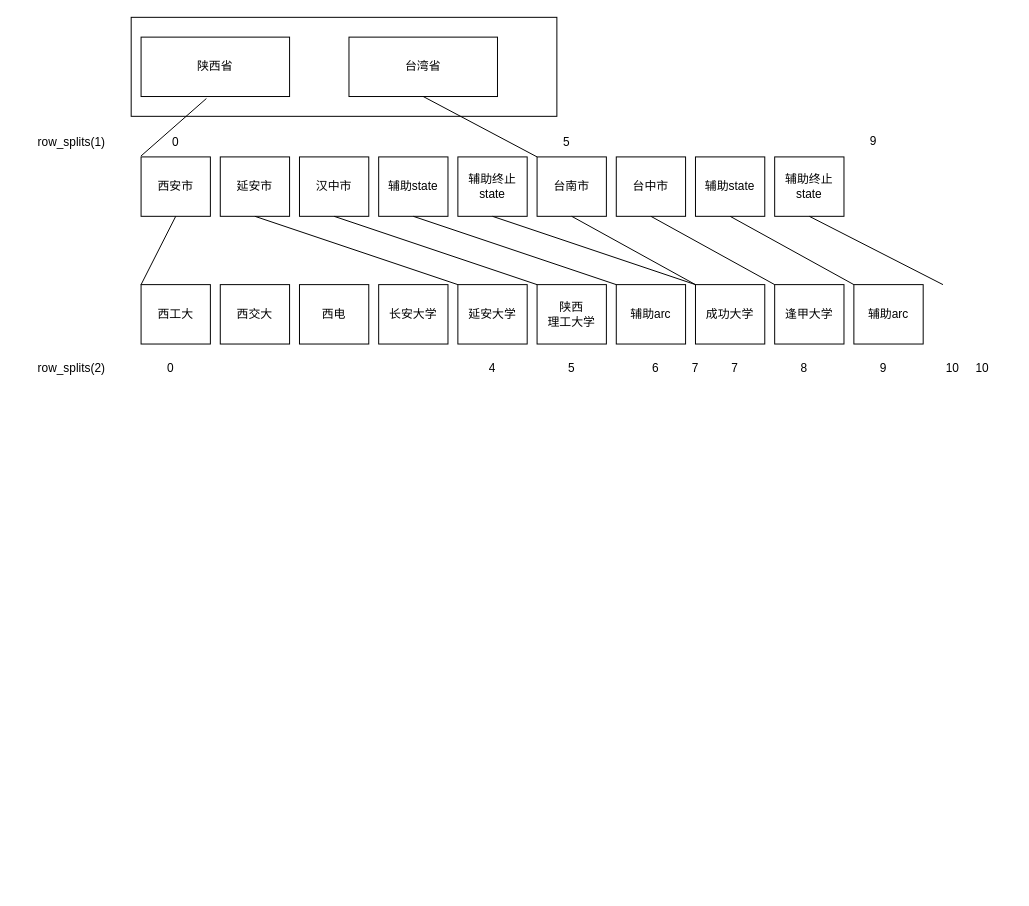
Earlier version of the draw.io diagram ragged.drawio (glynpu/Neural-Network-Architecture-Diagrams). Source tidied: cells renumbered, new cells numbered last; positions are measured from the earlier drawing's top-left corner, leaving out a move shared by most shapes. Both pictures are drawn from the tidied source at 99%, with x=0, y=0 at pixel (42, 17).
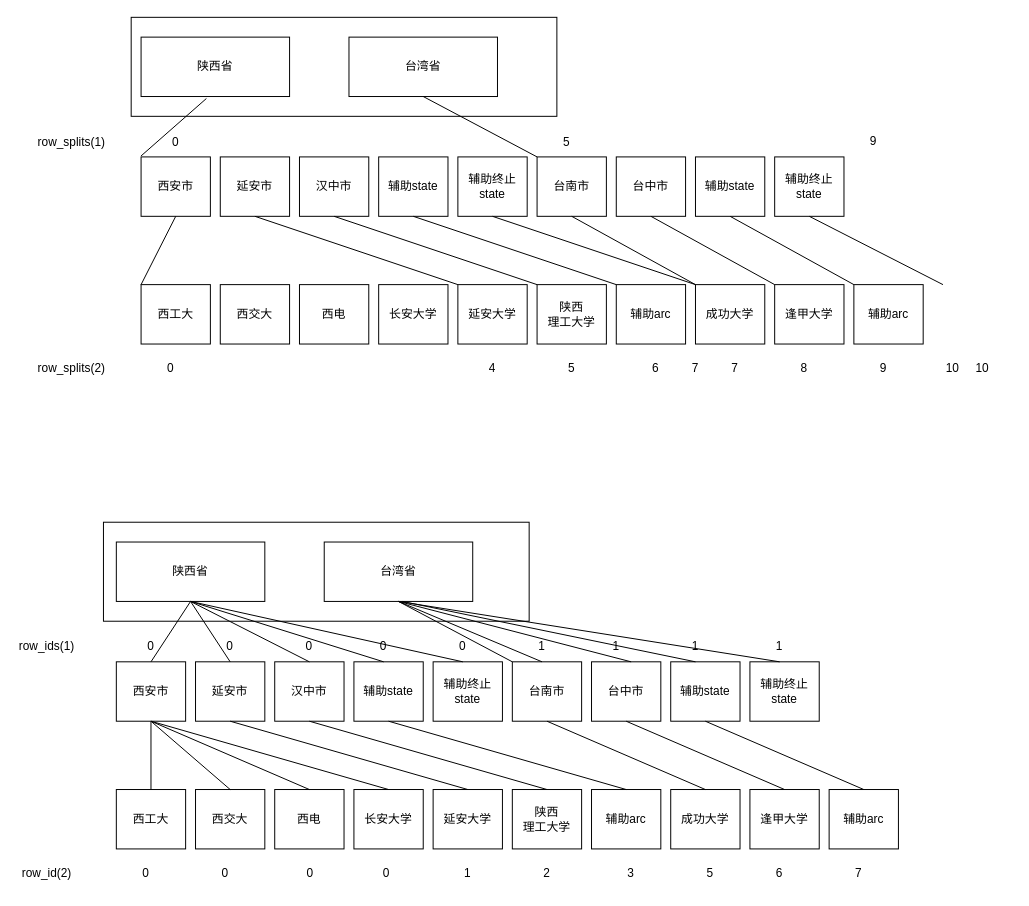
The same diagram, later.

What changed in the source:
```diff
@@
+    <mxCell id="50" style="rounded=0;whiteSpace=wrap;html=1;" parent="1" vertex="1">
+      <mxGeometry x="62" y="510" width="430" height="100" as="geometry" />
+    </mxCell>
@@
+    <mxCell id="51" value="陕西省" style="rounded=0;whiteSpace=wrap;html=1;" parent="1" vertex="1">
+      <mxGeometry x="75" y="530" width="150" height="60" as="geometry" />
+    </mxCell>
+    <mxCell id="52" value="台湾省" style="rounded=0;whiteSpace=wrap;html=1;" parent="1" vertex="1">
+      <mxGeometry x="285" y="530" width="150" height="60" as="geometry" />
+    </mxCell>
+    <mxCell id="53" value="西安市" style="rounded=0;whiteSpace=wrap;html=1;" parent="1" vertex="1">
+      <mxGeometry x="75" y="651" width="70" height="60" as="geometry" />
+    </mxCell>
+    <mxCell id="54" value="延安市" style="rounded=0;whiteSpace=wrap;html=1;" parent="1" vertex="1">
+      <mxGeometry x="155" y="651" width="70" height="60" as="geometry" />
+    </mxCell>
+    <mxCell id="55" value="汉中市" style="rounded=0;whiteSpace=wrap;html=1;" parent="1" vertex="1">
+      <mxGeometry x="235" y="651" width="70" height="60" as="geometry" />
+    </mxCell>
+    <mxCell id="56" value="辅助state" style="rounded=0;whiteSpace=wrap;html=1;" parent="1" vertex="1">
+      <mxGeometry x="315" y="651" width="70" height="60" as="geometry" />
+    </mxCell>
+    <mxCell id="57" value="辅助终止state" style="rounded=0;whiteSpace=wrap;html=1;" parent="1" vertex="1">
+      <mxGeometry x="395" y="651" width="70" height="60" as="geometry" />
+    </mxCell>
+    <mxCell id="58" value="台南市" style="rounded=0;whiteSpace=wrap;html=1;" parent="1" vertex="1">
+      <mxGeometry x="475" y="651" width="70" height="60" as="geometry" />
+    </mxCell>
+    <mxCell id="59" value="台中市" style="rounded=0;whiteSpace=wrap;html=1;" parent="1" vertex="1">
+      <mxGeometry x="555" y="651" width="70" height="60" as="geometry" />
+    </mxCell>
+    <mxCell id="60" value="辅助state" style="rounded=0;whiteSpace=wrap;html=1;" parent="1" vertex="1">
+      <mxGeometry x="635" y="651" width="70" height="60" as="geometry" />
+    </mxCell>
+    <mxCell id="61" value="辅助终止state" style="rounded=0;whiteSpace=wrap;html=1;" parent="1" vertex="1">
+      <mxGeometry x="715" y="651" width="70" height="60" as="geometry" />
+    </mxCell>
+    <mxCell id="62" value="西工大" style="rounded=0;whiteSpace=wrap;html=1;" parent="1" vertex="1">
+      <mxGeometry x="75" y="780" width="70" height="60" as="geometry" />
+    </mxCell>
+    <mxCell id="63" value="西交大" style="rounded=0;whiteSpace=wrap;html=1;" parent="1" vertex="1">
+      <mxGeometry x="155" y="780" width="70" height="60" as="geometry" />
+    </mxCell>
+    <mxCell id="64" value="西电" style="rounded=0;whiteSpace=wrap;html=1;" parent="1" vertex="1">
+      <mxGeometry x="235" y="780" width="70" height="60" as="geometry" />
+    </mxCell>
+    <mxCell id="65" value="长安大学" style="rounded=0;whiteSpace=wrap;html=1;" parent="1" vertex="1">
+      <mxGeometry x="315" y="780" width="70" height="60" as="geometry" />
+    </mxCell>
+    <mxCell id="66" value="延安大学" style="rounded=0;whiteSpace=wrap;html=1;" parent="1" vertex="1">
+      <mxGeometry x="395" y="780" width="70" height="60" as="geometry" />
+    </mxCell>
+    <mxCell id="67" value="陕西&lt;br&gt;理工大学" style="rounded=0;whiteSpace=wrap;html=1;" parent="1" vertex="1">
+      <mxGeometry x="475" y="780" width="70" height="60" as="geometry" />
+    </mxCell>
+    <mxCell id="68" value="辅助arc" style="rounded=0;whiteSpace=wrap;html=1;" parent="1" vertex="1">
+      <mxGeometry x="555" y="780" width="70" height="60" as="geometry" />
+    </mxCell>
+    <mxCell id="69" value="成功大学" style="rounded=0;whiteSpace=wrap;html=1;" parent="1" vertex="1">
+      <mxGeometry x="635" y="780" width="70" height="60" as="geometry" />
+    </mxCell>
+    <mxCell id="70" value="逢甲大学" style="rounded=0;whiteSpace=wrap;html=1;" parent="1" vertex="1">
+      <mxGeometry x="715" y="780" width="70" height="60" as="geometry" />
+    </mxCell>
+    <mxCell id="71" value="辅助arc" style="rounded=0;whiteSpace=wrap;html=1;" parent="1" vertex="1">
+      <mxGeometry x="795" y="780" width="70" height="60" as="geometry" />
+    </mxCell>
+    <mxCell id="72" style="endArrow=none;html=1;rounded=0;exitX=0.5;exitY=1;exitDx=0;exitDy=0;entryX=0.5;entryY=1;entryDx=0;entryDy=0;" parent="1" edge="1" source="76" target="51">
+      <mxGeometry relative="1" as="geometry" />
+    </mxCell>
+    <mxCell id="73" style="endArrow=none;html=1;rounded=0;entryX=0.5;entryY=1;entryDx=0;entryDy=0;exitX=0;exitY=0;exitDx=0;exitDy=0;" parent="1" edge="1" source="58" target="52">
+      <mxGeometry relative="1" as="geometry" />
+    </mxCell>
+    <mxCell id="74" value="row_ids(1)" style="text;html=1;strokeColor=none;fillColor=none;align=center;verticalAlign=middle;whiteSpace=wrap;rounded=0;" parent="1" vertex="1">
+      <mxGeometry x="-25" y="621" width="60" height="30" as="geometry" />
+    </mxCell>
+    <mxCell id="75" value="row_id(2)" style="text;html=1;strokeColor=none;fillColor=none;align=center;verticalAlign=middle;whiteSpace=wrap;rounded=0;" parent="1" vertex="1">
+      <mxGeometry x="-25" y="850" width="60" height="30" as="geometry" />
+    </mxCell>
+    <mxCell id="76" value="0" style="text;html=1;strokeColor=none;fillColor=none;align=center;verticalAlign=middle;whiteSpace=wrap;rounded=0;" parent="1" vertex="1">
+      <mxGeometry x="80" y="621" width="60" height="30" as="geometry" />
+    </mxCell>
+    <mxCell id="77" value="1" style="text;html=1;strokeColor=none;fillColor=none;align=center;verticalAlign=middle;whiteSpace=wrap;rounded=0;" parent="1" vertex="1">
+      <mxGeometry x="475" y="621" width="60" height="30" as="geometry" />
+    </mxCell>
+    <mxCell id="78" value="1" style="text;html=1;strokeColor=none;fillColor=none;align=center;verticalAlign=middle;whiteSpace=wrap;rounded=0;" parent="1" vertex="1">
+      <mxGeometry x="715" y="621" width="60" height="30" as="geometry" />
+    </mxCell>
+    <mxCell id="79" value="0" style="text;html=1;strokeColor=none;fillColor=none;align=center;verticalAlign=middle;whiteSpace=wrap;rounded=0;" parent="1" vertex="1">
+      <mxGeometry x="75" y="850" width="60" height="30" as="geometry" />
+    </mxCell>
+    <mxCell id="80" value="1" style="text;html=1;strokeColor=none;fillColor=none;align=center;verticalAlign=middle;whiteSpace=wrap;rounded=0;" parent="1" vertex="1">
+      <mxGeometry x="400" y="850" width="60" height="30" as="geometry" />
+    </mxCell>
+    <mxCell id="81" value="2" style="text;html=1;strokeColor=none;fillColor=none;align=center;verticalAlign=middle;whiteSpace=wrap;rounded=0;" parent="1" vertex="1">
+      <mxGeometry x="480" y="850" width="60" height="30" as="geometry" />
+    </mxCell>
+    <mxCell id="82" value="3" style="text;html=1;strokeColor=none;fillColor=none;align=center;verticalAlign=middle;whiteSpace=wrap;rounded=0;" parent="1" vertex="1">
+      <mxGeometry x="565" y="850" width="60" height="30" as="geometry" />
+    </mxCell>
+    <mxCell id="83" value="5" style="text;html=1;strokeColor=none;fillColor=none;align=center;verticalAlign=middle;whiteSpace=wrap;rounded=0;" parent="1" vertex="1">
+      <mxGeometry x="645" y="850" width="60" height="30" as="geometry" />
+    </mxCell>
+    <mxCell id="84" value="6" style="text;html=1;strokeColor=none;fillColor=none;align=center;verticalAlign=middle;whiteSpace=wrap;rounded=0;" parent="1" vertex="1">
+      <mxGeometry x="715" y="850" width="60" height="30" as="geometry" />
+    </mxCell>
+    <mxCell id="85" value="7" style="text;html=1;strokeColor=none;fillColor=none;align=center;verticalAlign=middle;whiteSpace=wrap;rounded=0;" parent="1" vertex="1">
+      <mxGeometry x="795" y="850" width="60" height="30" as="geometry" />
+    </mxCell>
+    <mxCell id="86" style="endArrow=none;html=1;rounded=0;exitX=0.5;exitY=0;exitDx=0;exitDy=0;entryX=0.5;entryY=1;entryDx=0;entryDy=0;" parent="1" edge="1" source="62" target="53">
+      <mxGeometry relative="1" as="geometry" />
+    </mxCell>
+    <mxCell id="87" style="endArrow=none;html=1;rounded=0;exitX=0.5;exitY=1;exitDx=0;exitDy=0;entryX=0.5;entryY=0;entryDx=0;entryDy=0;" parent="1" edge="1" source="54" target="66">
+      <mxGeometry relative="1" as="geometry" />
+    </mxCell>
+    <mxCell id="88" style="endArrow=none;html=1;rounded=0;exitX=0.5;exitY=1;exitDx=0;exitDy=0;entryX=0.5;entryY=0;entryDx=0;entryDy=0;" parent="1" edge="1" source="55" target="67">
+      <mxGeometry relative="1" as="geometry" />
+    </mxCell>
+    <mxCell id="89" style="endArrow=none;html=1;rounded=0;exitX=0.5;exitY=1;exitDx=0;exitDy=0;entryX=0.5;entryY=0;entryDx=0;entryDy=0;" parent="1" edge="1" source="56" target="68">
+      <mxGeometry relative="1" as="geometry" />
+    </mxCell>
+    <mxCell id="90" style="endArrow=none;html=1;rounded=0;entryX=0.5;entryY=1;entryDx=0;entryDy=0;exitX=0.5;exitY=0;exitDx=0;exitDy=0;" parent="1" edge="1" source="69" target="58">
+      <mxGeometry relative="1" as="geometry" />
+    </mxCell>
+    <mxCell id="91" style="endArrow=none;html=1;rounded=0;entryX=0.5;entryY=1;entryDx=0;entryDy=0;exitX=0.5;exitY=0;exitDx=0;exitDy=0;" parent="1" edge="1" source="70" target="59">
+      <mxGeometry relative="1" as="geometry" />
+    </mxCell>
+    <mxCell id="92" style="endArrow=none;html=1;rounded=0;entryX=0.5;entryY=1;entryDx=0;entryDy=0;exitX=0.5;exitY=0;exitDx=0;exitDy=0;" parent="1" edge="1" source="71" target="60">
+      <mxGeometry relative="1" as="geometry" />
+    </mxCell>
+    <mxCell id="93" value="0" style="text;html=1;strokeColor=none;fillColor=none;align=center;verticalAlign=middle;whiteSpace=wrap;rounded=0;" parent="1" vertex="1">
+      <mxGeometry x="160" y="621" width="60" height="30" as="geometry" />
+    </mxCell>
+    <mxCell id="94" value="0" style="text;html=1;strokeColor=none;fillColor=none;align=center;verticalAlign=middle;whiteSpace=wrap;rounded=0;" parent="1" vertex="1">
+      <mxGeometry x="240" y="621" width="60" height="30" as="geometry" />
+    </mxCell>
+    <mxCell id="95" value="0" style="text;html=1;strokeColor=none;fillColor=none;align=center;verticalAlign=middle;whiteSpace=wrap;rounded=0;" parent="1" vertex="1">
+      <mxGeometry x="315" y="621" width="60" height="30" as="geometry" />
+    </mxCell>
+    <mxCell id="96" value="0" style="text;html=1;strokeColor=none;fillColor=none;align=center;verticalAlign=middle;whiteSpace=wrap;rounded=0;" parent="1" vertex="1">
+      <mxGeometry x="395" y="621" width="60" height="30" as="geometry" />
+    </mxCell>
+    <mxCell id="97" value="1" style="text;html=1;strokeColor=none;fillColor=none;align=center;verticalAlign=middle;whiteSpace=wrap;rounded=0;" parent="1" vertex="1">
+      <mxGeometry x="550" y="621" width="60" height="30" as="geometry" />
+    </mxCell>
+    <mxCell id="98" value="1" style="text;html=1;strokeColor=none;fillColor=none;align=center;verticalAlign=middle;whiteSpace=wrap;rounded=0;" parent="1" vertex="1">
+      <mxGeometry x="630" y="621" width="60" height="30" as="geometry" />
+    </mxCell>
+    <mxCell id="99" style="endArrow=none;html=1;rounded=0;exitX=0.5;exitY=1;exitDx=0;exitDy=0;entryX=0.5;entryY=1;entryDx=0;entryDy=0;" parent="1" edge="1" source="96" target="51">
+      <mxGeometry relative="1" as="geometry" />
+    </mxCell>
+    <mxCell id="100" style="endArrow=none;html=1;rounded=0;exitX=0.5;exitY=1;exitDx=0;exitDy=0;entryX=0.5;entryY=1;entryDx=0;entryDy=0;" parent="1" edge="1" source="93" target="51">
+      <mxGeometry relative="1" as="geometry" />
+    </mxCell>
+    <mxCell id="101" style="endArrow=none;html=1;rounded=0;exitX=0.5;exitY=1;exitDx=0;exitDy=0;entryX=0.5;entryY=1;entryDx=0;entryDy=0;" parent="1" edge="1" source="94" target="51">
+      <mxGeometry relative="1" as="geometry" />
+    </mxCell>
+    <mxCell id="102" style="endArrow=none;html=1;rounded=0;entryX=0.5;entryY=1;entryDx=0;entryDy=0;exitX=0.5;exitY=1;exitDx=0;exitDy=0;" parent="1" edge="1" source="51" target="95">
+      <mxGeometry relative="1" as="geometry" />
+    </mxCell>
+    <mxCell id="103" style="endArrow=none;html=1;rounded=0;entryX=0.5;entryY=1;entryDx=0;entryDy=0;exitX=0.5;exitY=1;exitDx=0;exitDy=0;" parent="1" edge="1" source="77" target="52">
+      <mxGeometry relative="1" as="geometry" />
+    </mxCell>
+    <mxCell id="104" style="endArrow=none;html=1;rounded=0;entryX=0.5;entryY=1;entryDx=0;entryDy=0;exitX=0.75;exitY=1;exitDx=0;exitDy=0;" parent="1" edge="1" source="97" target="52">
+      <mxGeometry relative="1" as="geometry" />
+    </mxCell>
+    <mxCell id="105" style="endArrow=none;html=1;rounded=0;exitX=0.5;exitY=1;exitDx=0;exitDy=0;" parent="1" edge="1" source="98">
+      <mxGeometry relative="1" as="geometry">
+        <mxPoint x="364" y="590" as="targetPoint" />
+      </mxGeometry>
+    </mxCell>
+    <mxCell id="106" style="endArrow=none;html=1;rounded=0;entryX=0.5;entryY=1;entryDx=0;entryDy=0;exitX=0.5;exitY=1;exitDx=0;exitDy=0;" parent="1" edge="1" source="78" target="52">
+      <mxGeometry relative="1" as="geometry" />
+    </mxCell>
+    <mxCell id="107" style="endArrow=none;html=1;rounded=0;entryX=0.5;entryY=1;entryDx=0;entryDy=0;exitX=0.5;exitY=0;exitDx=0;exitDy=0;" parent="1" edge="1" source="65" target="53">
+      <mxGeometry relative="1" as="geometry" />
+    </mxCell>
+    <mxCell id="108" style="endArrow=none;html=1;rounded=0;entryX=0.5;entryY=1;entryDx=0;entryDy=0;exitX=0.5;exitY=0;exitDx=0;exitDy=0;" parent="1" edge="1" source="64" target="53">
+      <mxGeometry relative="1" as="geometry" />
+    </mxCell>
+    <mxCell id="109" style="endArrow=none;html=1;rounded=0;entryX=0.5;entryY=1;entryDx=0;entryDy=0;exitX=0.5;exitY=0;exitDx=0;exitDy=0;" parent="1" edge="1" source="63" target="53">
+      <mxGeometry relative="1" as="geometry" />
+    </mxCell>
+    <mxCell id="110" value="0" style="text;html=1;strokeColor=none;fillColor=none;align=center;verticalAlign=middle;whiteSpace=wrap;rounded=0;" parent="1" vertex="1">
+      <mxGeometry x="155" y="850" width="60" height="30" as="geometry" />
+    </mxCell>
+    <mxCell id="111" value="0" style="text;html=1;strokeColor=none;fillColor=none;align=center;verticalAlign=middle;whiteSpace=wrap;rounded=0;" parent="1" vertex="1">
+      <mxGeometry x="241" y="850" width="60" height="30" as="geometry" />
+    </mxCell>
+    <mxCell id="112" value="0" style="text;html=1;strokeColor=none;fillColor=none;align=center;verticalAlign=middle;whiteSpace=wrap;rounded=0;" parent="1" vertex="1">
+      <mxGeometry x="318" y="850" width="60" height="30" as="geometry" />
+    </mxCell>
```
